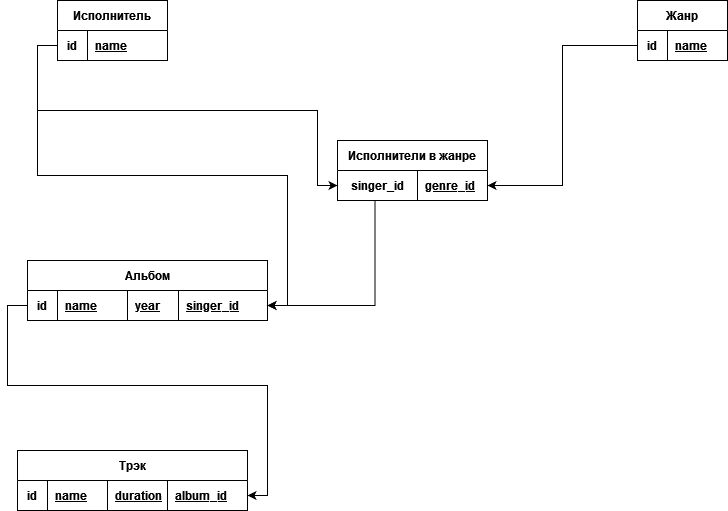
Before: dz.drawio.png, a diagram exported from draw.io (ArcainD/fantastic-octo-engine). Source tidied: cells renumbered, new cells last; positions are measured from the earlier drawing's top-left corner, leaving out a move shared by most shapes.
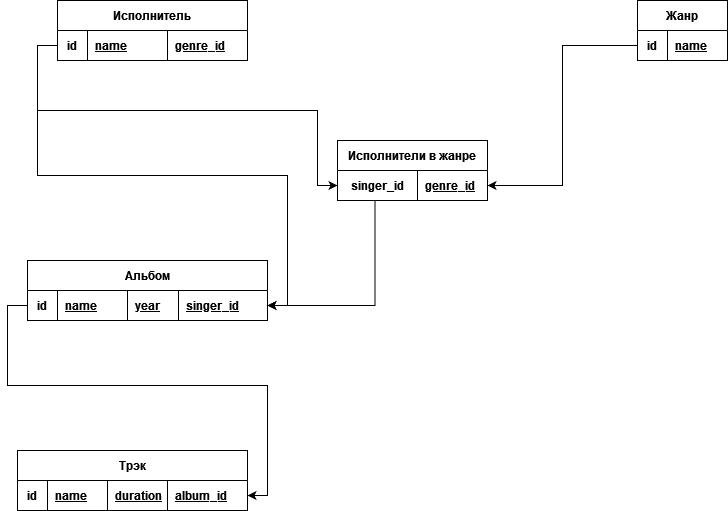
After the change.

What changed in the source:
```diff
@@ -3,10 +3,10 @@
     <mxCell id="0" />
     <mxCell id="1" parent="0" />
     <mxCell id="2" value="Исполнитель" style="shape=table;startSize=30;rowLines=0;fontStyle=1;align=center;" parent="1" vertex="1">
-      <mxGeometry x="40" width="110" height="60" as="geometry" />
+      <mxGeometry x="40" width="190" height="60" as="geometry" />
     </mxCell>
     <mxCell id="3" style="shape=partialRectangle;fillColor=none;top=0;left=0;bottom=1;right=0;points=[[0,0.5],[1,0.5]];portConstraint=eastwest;" parent="2" vertex="1">
-      <mxGeometry y="30" width="110" height="30" as="geometry" />
+      <mxGeometry y="30" width="190" height="30" as="geometry" />
     </mxCell>
     <mxCell id="4" value="id" style="shape=partialRectangle;fillColor=none;top=0;left=0;bottom=0;right=0;fontStyle=1;overflow=hidden;" parent="3" vertex="1">
       <mxGeometry width="30" height="30" as="geometry" />
@@ -14,6 +14,9 @@
     <mxCell id="5" value="name" style="shape=partialRectangle;fillColor=none;top=0;left=0;bottom=0;right=0;align=left;spacingLeft=6;fontStyle=5;overflow=hidden;" parent="3" vertex="1">
       <mxGeometry x="30" width="80" height="30" as="geometry" />
     </mxCell>
+    <mxCell id="31" value="genre_id" style="shape=partialRectangle;fillColor=none;top=0;left=0;bottom=0;right=0;align=left;spacingLeft=6;fontStyle=5;overflow=hidden;" parent="3" vertex="1">
+      <mxGeometry x="110" width="80" height="30" as="geometry" />
+    </mxCell>
     <mxCell id="6" style="edgeStyle=orthogonalEdgeStyle;rounded=0;jettySize=auto;html=1;exitX=0;exitY=0.75;exitDx=0;exitDy=0;entryX=1;entryY=0.75;entryDx=0;entryDy=0;" parent="1" edge="1" source="7" target="13">
       <mxGeometry relative="1" as="geometry" />
     </mxCell>
```
